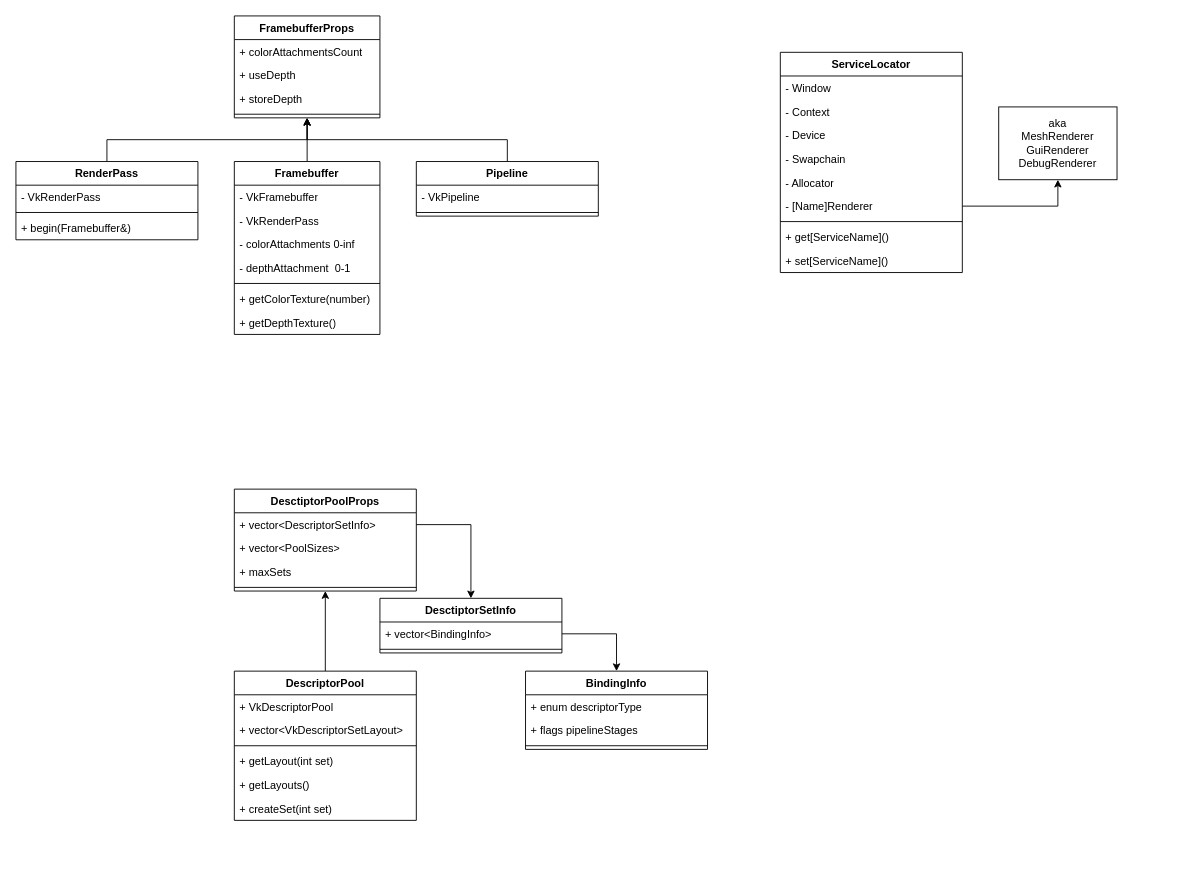
The draw.io diagram docs/uml/general.drawio in aDron1990/vk, before the edit. Source tidied: cells renumbered, new cells numbered last; positions are measured from the earlier drawing's top-left corner, leaving out a move shared by most shapes. Both pictures are drawn from the tidied source at 91%, with x=0, y=0 at pixel (15, 15).
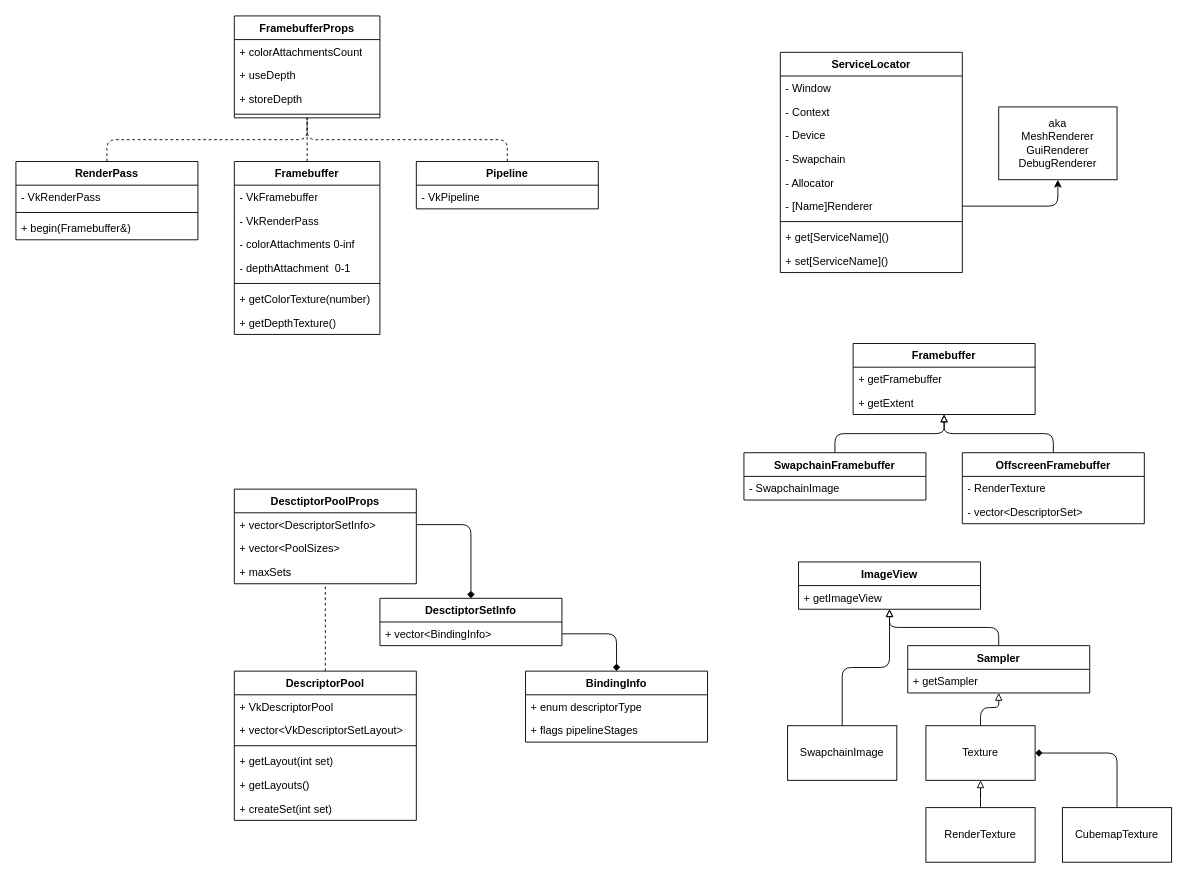
The same page after the edit.

Unchanged cells that the change refers to:
```xml
<mxCell id="3" value="RenderPass" style="swimlane;fontStyle=1;align=center;verticalAlign=top;horizontal=1;startSize=26;whiteSpace=wrap;html=1;" parent="1" vertex="1">
  <mxGeometry y="160" width="200" height="86" as="geometry" />
</mxCell>
<mxCell id="8" value="Framebuffer" style="swimlane;fontStyle=1;align=center;verticalAlign=top;horizontal=1;startSize=26;whiteSpace=wrap;html=1;" parent="1" vertex="1">
  <mxGeometry x="240" y="160" width="160" height="190" as="geometry" />
</mxCell>
<mxCell id="20" value="FramebufferProps" style="swimlane;fontStyle=1;align=center;verticalAlign=top;horizontal=1;startSize=26;whiteSpace=wrap;html=1;" parent="1" vertex="1">
  <mxGeometry x="240" width="160" height="112" as="geometry" />
</mxCell>
<mxCell id="26" value="DescriptorPool" style="swimlane;fontStyle=1;align=center;verticalAlign=top;horizontal=1;startSize=26;whiteSpace=wrap;html=1;" parent="1" vertex="1">
  <mxGeometry x="240" y="720" width="200" height="164" as="geometry" />
</mxCell>
<mxCell id="34" value="+ vector&amp;lt;BindingInfo&amp;gt;" style="text;strokeColor=none;fillColor=none;align=left;verticalAlign=top;spacingLeft=4;spacingRight=4;overflow=hidden;points=[[0,0.5],[1,0.5]];portConstraint=eastwest;whiteSpace=wrap;html=1;" parent="33" vertex="1">
  <mxGeometry y="26" width="200" height="26" as="geometry" />
</mxCell>
<mxCell id="41" value="+ vector&amp;lt;DescriptorSetInfo&amp;gt;" style="text;strokeColor=none;fillColor=none;align=left;verticalAlign=top;spacingLeft=4;spacingRight=4;overflow=hidden;points=[[0,0.5],[1,0.5]];portConstraint=eastwest;whiteSpace=wrap;html=1;" parent="40" vertex="1">
  <mxGeometry y="26" width="200" height="26" as="geometry" />
</mxCell>
<mxCell id="52" value="- [Name]Renderer" style="text;strokeColor=none;fillColor=none;align=left;verticalAlign=top;spacingLeft=4;spacingRight=4;overflow=hidden;points=[[0,0.5],[1,0.5]];portConstraint=eastwest;whiteSpace=wrap;html=1;" parent="46" vertex="1">
  <mxGeometry y="156" width="200" height="26" as="geometry" />
</mxCell>
<mxCell id="56" value="aka&lt;br&gt;MeshRenderer&lt;br&gt;GuiRenderer&lt;br&gt;DebugRenderer" style="rounded=0;whiteSpace=wrap;html=1;" parent="1" vertex="1">
  <mxGeometry x="1080" y="100" width="130" height="80" as="geometry" />
</mxCell>
```

Change to the diagram source:
```diff
@@
-    <mxCell id="2" style="edgeStyle=orthogonalEdgeStyle;rounded=0;jettySize=auto;html=1;exitX=0.5;exitY=0;exitDx=0;exitDy=0;entryX=0.5;entryY=1;entryDx=0;entryDy=0;" parent="1" edge="1" source="3" target="20">
+    <mxCell id="2" style="edgeStyle=orthogonalEdgeStyle;shape=connector;curved=0;rounded=1;jettySize=auto;html=1;exitX=0.5;exitY=0;exitDx=0;exitDy=0;labelBackgroundColor=default;strokeColor=default;align=center;verticalAlign=middle;fontFamily=Helvetica;fontSize=11;fontColor=default;endArrow=none;dashed=1;endFill=0;" parent="1" edge="1" source="3" target="20">
       <mxGeometry relative="1" as="geometry" />
     </mxCell>
@@
-    <mxCell id="7" style="edgeStyle=orthogonalEdgeStyle;rounded=0;jettySize=auto;html=1;exitX=0.5;exitY=0;exitDx=0;exitDy=0;entryX=0.5;entryY=1;entryDx=0;entryDy=0;" parent="1" edge="1" source="8" target="20">
+    <mxCell id="7" style="edgeStyle=orthogonalEdgeStyle;shape=connector;curved=0;rounded=1;jettySize=auto;html=1;exitX=0.5;exitY=0;exitDx=0;exitDy=0;labelBackgroundColor=default;strokeColor=default;align=center;verticalAlign=middle;fontFamily=Helvetica;fontSize=11;fontColor=default;endArrow=none;endFill=0;dashed=1;" parent="1" edge="1" source="8" target="20">
       <mxGeometry relative="1" as="geometry" />
     </mxCell>
@@
-    <mxCell id="16" style="edgeStyle=orthogonalEdgeStyle;rounded=0;jettySize=auto;html=1;exitX=0.5;exitY=0;exitDx=0;exitDy=0;entryX=0.5;entryY=1;entryDx=0;entryDy=0;" parent="1" edge="1" source="17" target="20">
+    <mxCell id="16" style="edgeStyle=orthogonalEdgeStyle;shape=connector;curved=0;rounded=1;jettySize=auto;html=1;exitX=0.5;exitY=0;exitDx=0;exitDy=0;labelBackgroundColor=default;strokeColor=default;align=center;verticalAlign=middle;fontFamily=Helvetica;fontSize=11;fontColor=default;endArrow=none;endFill=0;dashed=1;" parent="1" edge="1" source="17" target="20">
       <mxGeometry relative="1" as="geometry" />
     </mxCell>
     <mxCell id="17" value="Pipeline" style="swimlane;fontStyle=1;align=center;verticalAlign=top;horizontal=1;startSize=26;whiteSpace=wrap;html=1;" parent="1" vertex="1">
-      <mxGeometry x="440" y="160" width="200" height="60" as="geometry" />
+      <mxGeometry x="440" y="160" width="200" height="52" as="geometry" />
     </mxCell>
@@
-    <mxCell id="19" style="line;strokeWidth=1;fillColor=none;align=left;verticalAlign=middle;spacingTop=-1;spacingLeft=3;spacingRight=3;labelPosition=right;strokeColor=inherit;" parent="17" vertex="1">
-      <mxGeometry y="52" width="200" height="8" as="geometry" />
-    </mxCell>
@@
-    <mxCell id="25" style="edgeStyle=orthogonalEdgeStyle;rounded=0;jettySize=auto;html=1;exitX=0.5;exitY=0;exitDx=0;exitDy=0;entryX=0.5;entryY=1;entryDx=0;entryDy=0;" parent="1" edge="1" source="26" target="40">
+    <mxCell id="25" style="edgeStyle=orthogonalEdgeStyle;shape=connector;curved=0;rounded=1;jettySize=auto;html=1;exitX=0.5;exitY=0;exitDx=0;exitDy=0;labelBackgroundColor=default;strokeColor=default;align=center;verticalAlign=middle;fontFamily=Helvetica;fontSize=11;fontColor=default;endArrow=none;dashed=1;endFill=0;" parent="1" edge="1" source="26" target="40">
       <mxGeometry relative="1" as="geometry" />
     </mxCell>
@@
     <mxCell id="33" value="DesctiptorSetInfo" style="swimlane;fontStyle=1;align=center;verticalAlign=top;horizontal=1;startSize=26;whiteSpace=wrap;html=1;" parent="1" vertex="1">
-      <mxGeometry x="400" y="640" width="200" height="60" as="geometry" />
+      <mxGeometry x="400" y="640" width="200" height="52" as="geometry" />
     </mxCell>
@@
-    <mxCell id="35" style="line;strokeWidth=1;fillColor=none;align=left;verticalAlign=middle;spacingTop=-1;spacingLeft=3;spacingRight=3;labelPosition=right;strokeColor=inherit;" parent="33" vertex="1">
-      <mxGeometry y="52" width="200" height="8" as="geometry" />
-    </mxCell>
     <mxCell id="36" value="BindingInfo" style="swimlane;fontStyle=1;align=center;verticalAlign=top;horizontal=1;startSize=26;whiteSpace=wrap;html=1;" parent="1" vertex="1">
-      <mxGeometry x="560" y="720" width="200" height="86" as="geometry" />
+      <mxGeometry x="560" y="720" width="200" height="78" as="geometry" />
     </mxCell>
@@
-    <mxCell id="39" style="line;strokeWidth=1;fillColor=none;align=left;verticalAlign=middle;spacingTop=-1;spacingLeft=3;spacingRight=3;labelPosition=right;strokeColor=inherit;" parent="36" vertex="1">
-      <mxGeometry y="78" width="200" height="8" as="geometry" />
-    </mxCell>
     <mxCell id="40" value="DesctiptorPoolProps" style="swimlane;fontStyle=1;align=center;verticalAlign=top;horizontal=1;startSize=26;whiteSpace=wrap;html=1;" parent="1" vertex="1">
-      <mxGeometry x="240" y="520" width="200" height="112" as="geometry" />
+      <mxGeometry x="240" y="520" width="200" height="104" as="geometry" />
     </mxCell>
@@
-    <mxCell id="44" style="line;strokeWidth=1;fillColor=none;align=left;verticalAlign=middle;spacingTop=-1;spacingLeft=3;spacingRight=3;labelPosition=right;strokeColor=inherit;" parent="40" vertex="1">
-      <mxGeometry y="104" width="200" height="8" as="geometry" />
-    </mxCell>
-    <mxCell id="45" style="edgeStyle=orthogonalEdgeStyle;rounded=0;jettySize=auto;html=1;exitX=1;exitY=0.5;exitDx=0;exitDy=0;entryX=0.5;entryY=0;entryDx=0;entryDy=0;" parent="1" edge="1" source="41" target="33">
-      <mxGeometry relative="1" as="geometry" />
-    </mxCell>
@@
+    <mxCell id="59" style="edgeStyle=orthogonalEdgeStyle;shape=connector;curved=0;rounded=1;jettySize=auto;html=1;exitX=0.5;exitY=0;exitDx=0;exitDy=0;labelBackgroundColor=default;strokeColor=default;align=center;verticalAlign=middle;fontFamily=Helvetica;fontSize=11;fontColor=default;endArrow=block;endFill=0;" parent="1" edge="1" source="60" target="70">
+      <mxGeometry relative="1" as="geometry" />
+    </mxCell>
+    <mxCell id="60" value="Texture" style="rounded=0;whiteSpace=wrap;html=1;" parent="1" vertex="1">
+      <mxGeometry x="1000" y="780" width="120" height="60" as="geometry" />
+    </mxCell>
+    <mxCell id="61" style="edgeStyle=orthogonalEdgeStyle;shape=connector;curved=0;rounded=1;jettySize=auto;html=1;exitX=0.5;exitY=0;exitDx=0;exitDy=0;labelBackgroundColor=default;strokeColor=default;align=center;verticalAlign=middle;fontFamily=Helvetica;fontSize=11;fontColor=default;endArrow=block;endFill=0;" parent="1" edge="1" source="62" target="60">
+      <mxGeometry relative="1" as="geometry" />
+    </mxCell>
+    <mxCell id="62" value="RenderTexture" style="rounded=0;whiteSpace=wrap;html=1;" parent="1" vertex="1">
+      <mxGeometry x="1000" y="870" width="120" height="60" as="geometry" />
+    </mxCell>
+    <mxCell id="63" style="edgeStyle=orthogonalEdgeStyle;rounded=1;jettySize=auto;html=1;exitX=0.5;exitY=0;exitDx=0;exitDy=0;entryX=1;entryY=0.5;entryDx=0;entryDy=0;curved=0;shadow=0;endArrow=diamond;endFill=1;" parent="1" edge="1" source="64" target="60">
+      <mxGeometry relative="1" as="geometry" />
+    </mxCell>
+    <mxCell id="64" value="CubemapTexture" style="rounded=0;whiteSpace=wrap;html=1;" parent="1" vertex="1">
+      <mxGeometry x="1150" y="870" width="120" height="60" as="geometry" />
+    </mxCell>
+    <mxCell id="65" style="edgeStyle=orthogonalEdgeStyle;rounded=1;jettySize=auto;html=1;exitX=0.5;exitY=0;exitDx=0;exitDy=0;curved=0;endArrow=block;endFill=0;" parent="1" edge="1" source="66" target="67">
+      <mxGeometry relative="1" as="geometry" />
+    </mxCell>
+    <mxCell id="66" value="SwapchainImage" style="rounded=0;whiteSpace=wrap;html=1;" parent="1" vertex="1">
+      <mxGeometry x="848" y="780" width="120" height="60" as="geometry" />
+    </mxCell>
+    <mxCell id="67" value="ImageView" style="swimlane;fontStyle=1;align=center;verticalAlign=top;horizontal=1;startSize=26;whiteSpace=wrap;html=1;" parent="1" vertex="1">
+      <mxGeometry x="860" y="600" width="200" height="52" as="geometry" />
+    </mxCell>
+    <mxCell id="68" value="+ getImageView" style="text;strokeColor=none;fillColor=none;align=left;verticalAlign=top;spacingLeft=4;spacingRight=4;overflow=hidden;whiteSpace=wrap;html=1;" parent="67" vertex="1">
+      <mxGeometry y="26" width="200" height="26" as="geometry" />
+    </mxCell>
+    <mxCell id="69" style="edgeStyle=orthogonalEdgeStyle;rounded=1;jettySize=auto;html=1;exitX=0.5;exitY=0;exitDx=0;exitDy=0;curved=0;endArrow=block;endFill=0;" parent="1" edge="1" source="70" target="67">
+      <mxGeometry relative="1" as="geometry" />
+    </mxCell>
+    <mxCell id="70" value="Sampler" style="swimlane;fontStyle=1;align=center;verticalAlign=top;horizontal=1;startSize=26;whiteSpace=wrap;html=1;" parent="1" vertex="1">
+      <mxGeometry x="980" y="692" width="200" height="52" as="geometry" />
+    </mxCell>
+    <mxCell id="71" value="+ getSampler" style="text;strokeColor=none;fillColor=none;align=left;verticalAlign=top;spacingLeft=4;spacingRight=4;overflow=hidden;whiteSpace=wrap;html=1;" parent="70" vertex="1">
+      <mxGeometry y="26" width="200" height="26" as="geometry" />
+    </mxCell>
+    <mxCell id="72" value="Framebuffer" style="swimlane;fontStyle=1;align=center;verticalAlign=top;horizontal=1;startSize=26;whiteSpace=wrap;html=1;" parent="1" vertex="1">
+      <mxGeometry x="920" y="360" width="200" height="78" as="geometry" />
+    </mxCell>
+    <mxCell id="73" value="+ getFramebuffer" style="text;strokeColor=none;fillColor=none;align=left;verticalAlign=top;spacingLeft=4;spacingRight=4;overflow=hidden;whiteSpace=wrap;html=1;" parent="72" vertex="1">
+      <mxGeometry y="26" width="200" height="26" as="geometry" />
+    </mxCell>
+    <mxCell id="74" value="+ getExtent" style="text;strokeColor=none;fillColor=none;align=left;verticalAlign=top;spacingLeft=4;spacingRight=4;overflow=hidden;whiteSpace=wrap;html=1;" parent="72" vertex="1">
+      <mxGeometry y="52" width="200" height="26" as="geometry" />
+    </mxCell>
+    <mxCell id="75" style="edgeStyle=orthogonalEdgeStyle;shape=connector;curved=0;rounded=1;jettySize=auto;html=1;exitX=0.5;exitY=0;exitDx=0;exitDy=0;labelBackgroundColor=default;strokeColor=default;align=center;verticalAlign=middle;fontFamily=Helvetica;fontSize=11;fontColor=default;endArrow=block;endFill=0;" parent="1" edge="1" source="76" target="72">
+      <mxGeometry relative="1" as="geometry" />
+    </mxCell>
+    <mxCell id="76" value="SwapchainFramebuffer" style="swimlane;fontStyle=1;align=center;verticalAlign=top;horizontal=1;startSize=26;whiteSpace=wrap;html=1;" parent="1" vertex="1">
+      <mxGeometry x="800" y="480" width="200" height="52" as="geometry" />
+    </mxCell>
+    <mxCell id="77" value="- SwapchainImage" style="text;strokeColor=none;fillColor=none;align=left;verticalAlign=top;spacingLeft=4;spacingRight=4;overflow=hidden;whiteSpace=wrap;html=1;" parent="76" vertex="1">
+      <mxGeometry y="26" width="200" height="26" as="geometry" />
+    </mxCell>
+    <mxCell id="78" style="edgeStyle=orthogonalEdgeStyle;shape=connector;curved=0;rounded=1;jettySize=auto;html=1;exitX=0.5;exitY=0;exitDx=0;exitDy=0;labelBackgroundColor=default;strokeColor=default;align=center;verticalAlign=middle;fontFamily=Helvetica;fontSize=11;fontColor=default;endArrow=block;endFill=0;" parent="1" edge="1" source="79" target="72">
+      <mxGeometry relative="1" as="geometry" />
+    </mxCell>
+    <mxCell id="79" value="OffscreenFramebuffer" style="swimlane;fontStyle=1;align=center;verticalAlign=top;horizontal=1;startSize=26;whiteSpace=wrap;html=1;" parent="1" vertex="1">
+      <mxGeometry x="1040" y="480" width="200" height="78" as="geometry" />
+    </mxCell>
+    <mxCell id="80" value="- RenderTexture" style="text;strokeColor=none;fillColor=none;align=left;verticalAlign=top;spacingLeft=4;spacingRight=4;overflow=hidden;whiteSpace=wrap;html=1;" parent="79" vertex="1">
+      <mxGeometry y="26" width="200" height="26" as="geometry" />
+    </mxCell>
+    <mxCell id="81" value="- vector&amp;lt;DescriptorSet&amp;gt;" style="text;strokeColor=none;fillColor=none;align=left;verticalAlign=top;spacingLeft=4;spacingRight=4;overflow=hidden;whiteSpace=wrap;html=1;" parent="79" vertex="1">
+      <mxGeometry y="52" width="200" height="26" as="geometry" />
+    </mxCell>
+    <mxCell id="45" style="edgeStyle=orthogonalEdgeStyle;shape=connector;curved=0;rounded=1;jettySize=auto;html=1;exitX=1;exitY=0.5;exitDx=0;exitDy=0;labelBackgroundColor=default;strokeColor=default;align=center;verticalAlign=middle;fontFamily=Helvetica;fontSize=11;fontColor=default;endArrow=diamond;endFill=1;" parent="1" edge="1" source="41" target="33">
+      <mxGeometry relative="1" as="geometry" />
+    </mxCell>
+    <mxCell id="58" style="edgeStyle=orthogonalEdgeStyle;shape=connector;curved=0;rounded=1;jettySize=auto;html=1;exitX=1;exitY=0.5;exitDx=0;exitDy=0;labelBackgroundColor=default;strokeColor=default;align=center;verticalAlign=middle;fontFamily=Helvetica;fontSize=11;fontColor=default;endArrow=diamond;endFill=1;" parent="1" edge="1" source="34" target="36">
+      <mxGeometry relative="1" as="geometry" />
+    </mxCell>
-    <mxCell id="57" style="edgeStyle=orthogonalEdgeStyle;rounded=0;jettySize=auto;html=1;exitX=1;exitY=0.5;exitDx=0;exitDy=0;entryX=0.5;entryY=1;entryDx=0;entryDy=0;" parent="1" edge="1" source="52" target="56">
+    <mxCell id="57" style="edgeStyle=orthogonalEdgeStyle;shape=connector;curved=0;rounded=1;jettySize=auto;html=1;exitX=1;exitY=0.5;exitDx=0;exitDy=0;labelBackgroundColor=default;strokeColor=default;align=center;verticalAlign=middle;fontFamily=Helvetica;fontSize=11;fontColor=default;endArrow=classic;endFill=1;" parent="1" edge="1" source="52" target="56">
       <mxGeometry relative="1" as="geometry" />
     </mxCell>
-    <mxCell id="58" style="edgeStyle=orthogonalEdgeStyle;rounded=0;jettySize=auto;html=1;exitX=1;exitY=0.5;exitDx=0;exitDy=0;entryX=0.5;entryY=0;entryDx=0;entryDy=0;" parent="1" edge="1" source="34" target="36">
-      <mxGeometry relative="1" as="geometry" />
-    </mxCell>
```
